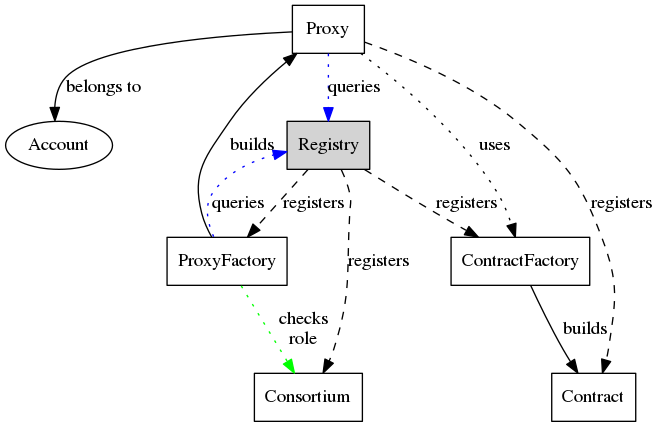
This is truffle-project/doc/contracts.png from garb64/meta-bc, a Graphviz export, as it was before one commit. Its source is kept beside it as truffle-project/dot/contracts.dot. The source it was exported from:
```dot
digraph Contracts {
    Account;
    node [shape = box];
    Registry [style=filled];
    Registry -> { ContractFactory; ProxyFactory; Consortium } [style=dashed, label="registers"]
    ContractFactory -> Contract [label="builds"];
    ProxyFactory -> Consortium [style=dotted, label="checks\nrole", color=green];
    ProxyFactory -> Registry [style=dotted, label="queries", color=blue];
    ProxyFactory -> Proxy [label="builds"];
    Proxy -> Registry [style=dotted; label="queries", color=blue];
    Proxy -> ContractFactory [style=dotted, label="uses"];
    Proxy -> Contract [style=dashed, label="registers"];
    Proxy -> Account [label="belongs to"];
}
```
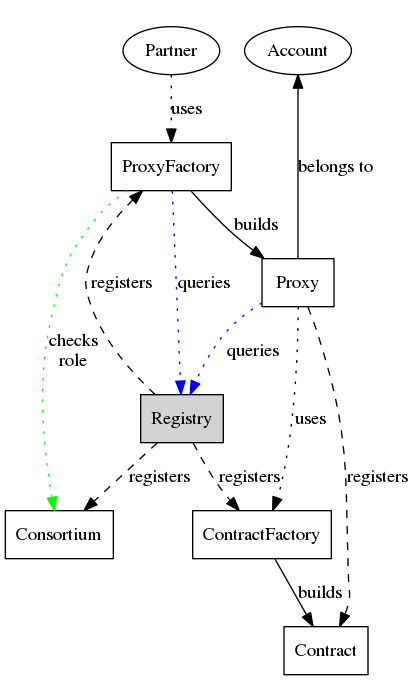
After the change.

Diff of the diagram source:
```diff
@@ -1,5 +1,9 @@
 digraph Contracts {
-    Account;
+    subgraph cluster_Accounts {
+        graph [style=invis];
+        Account;
+        Partner;
+	}
     node [shape = box];
     Registry [style=filled];
     Registry -> { ContractFactory; ProxyFactory; Consortium } [style=dashed, label="registers"]
@@ -11,4 +15,5 @@
     Proxy -> ContractFactory [style=dotted, label="uses"];
     Proxy -> Contract [style=dashed, label="registers"];
     Proxy -> Account [label="belongs to"];
+    Partner -> ProxyFactory [style=dotted, label="uses"];
 }
```
